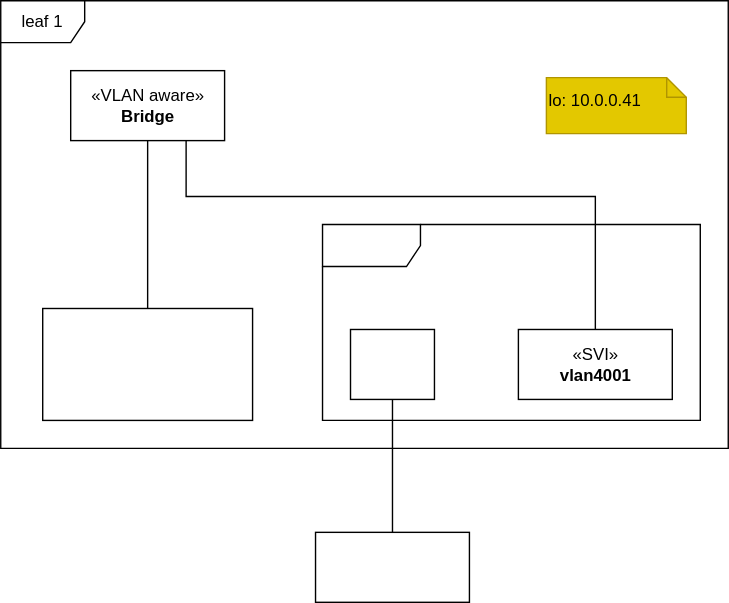
This is docs/src/overview/evpn-vtep.svg from metal-stack/docs, a draw.io export, as it was before one commit. Source tidied: cells renumbered, new cells last; positions are measured from the earlier drawing's top-left corner, leaving out a move shared by most shapes.
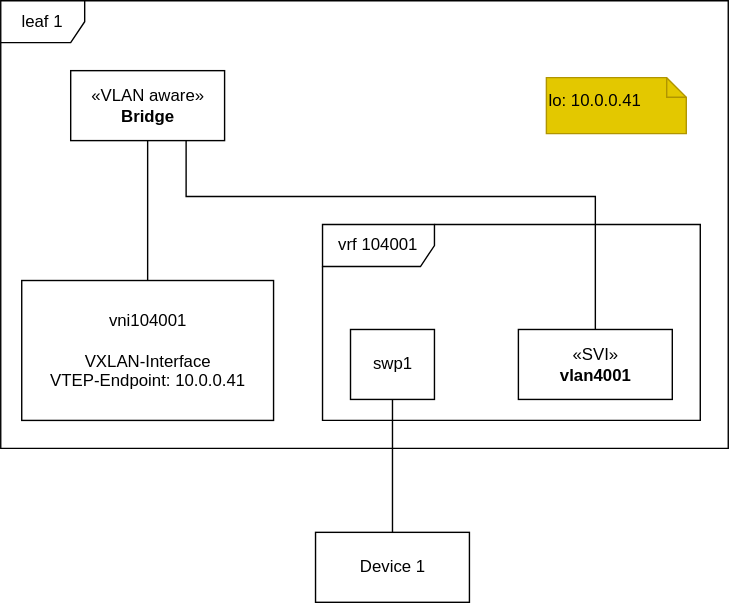
Later version of the same file.

The edit, as a diff of the source:
```diff
@@ -2,10 +2,10 @@
   <root>
     <mxCell id="0" />
     <mxCell id="1" parent="0" />
-    <mxCell id="2" value="leaf 1" style="shape=umlFrame;whiteSpace=wrap;html=1;" parent="1" vertex="1">
+    <mxCell id="2" value="leaf 1" style="shape=umlFrame;whiteSpace=wrap;html=1;fontColor=#000000;" parent="1" vertex="1">
       <mxGeometry width="520" height="320" as="geometry" />
     </mxCell>
-    <mxCell id="3" style="edgeStyle=orthogonalEdgeStyle;rounded=0;jettySize=auto;html=1;exitX=0.75;exitY=1;exitDx=0;exitDy=0;entryX=0.5;entryY=0;entryDx=0;entryDy=0;fontColor=#FFFFFF;endArrow=none;endFill=0;" parent="1" edge="1" source="5" target="11">
+    <mxCell id="3" style="edgeStyle=orthogonalEdgeStyle;rounded=0;jettySize=auto;html=1;exitX=0.75;exitY=1;exitDx=0;exitDy=0;entryX=0.5;entryY=0;entryDx=0;entryDy=0;fontColor=#000000;endArrow=none;endFill=0;" parent="1" edge="1" source="5" target="11">
       <mxGeometry relative="1" as="geometry">
         <Array as="points">
           <mxPoint x="133" y="140" />
@@ -13,31 +13,31 @@
         </Array>
       </mxGeometry>
     </mxCell>
-    <mxCell id="4" style="edgeStyle=orthogonalEdgeStyle;rounded=0;jettySize=auto;html=1;fontColor=#FFFFFF;entryX=0.5;entryY=0;entryDx=0;entryDy=0;endArrow=none;endFill=0;" parent="1" edge="1" source="5" target="7">
+    <mxCell id="4" style="edgeStyle=orthogonalEdgeStyle;rounded=0;jettySize=auto;html=1;fontColor=#000000;entryX=0.5;entryY=0;entryDx=0;entryDy=0;endArrow=none;endFill=0;" parent="1" edge="1" source="5" target="7">
       <mxGeometry relative="1" as="geometry" />
     </mxCell>
-    <mxCell id="5" value="«VLAN aware»&lt;br&gt;&lt;b&gt;Bridge&lt;/b&gt;" style="html=1;" parent="1" vertex="1">
+    <mxCell id="5" value="«VLAN aware»&lt;br&gt;&lt;b&gt;Bridge&lt;/b&gt;" style="html=1;fontColor=#000000;" parent="1" vertex="1">
       <mxGeometry x="50" y="50" width="110" height="50" as="geometry" />
     </mxCell>
     <mxCell id="6" value="lo: 10.0.0.41" style="shape=note;whiteSpace=wrap;html=1;size=14;verticalAlign=middle;align=left;spacingTop=-6;fillColor=#e3c800;strokeColor=#B09500;fontColor=#000000;" parent="1" vertex="1">
       <mxGeometry x="390" y="55" width="100" height="40" as="geometry" />
     </mxCell>
-    <mxCell id="7" value="&lt;font color=&quot;#ffffff&quot;&gt;vni104001&lt;br&gt;&lt;br&gt;VXLAN-Interface&lt;br&gt;VTEP-Endpoint: 10.0.0.41&lt;br&gt;&lt;/font&gt;" style="html=1;fontColor=#000000;align=center;labelPosition=center;verticalLabelPosition=middle;verticalAlign=middle;" parent="1" vertex="1">
-      <mxGeometry x="30" y="220" width="150" height="80" as="geometry" />
-    </mxCell>
-    <mxCell id="8" value="vrf 104001" style="shape=umlFrame;whiteSpace=wrap;html=1;fontColor=#FFFFFF;align=left;width=70;height=30;" parent="1" vertex="1">
+    <mxCell id="8" value="vrf 104001" style="shape=umlFrame;whiteSpace=wrap;html=1;fontColor=#000000;align=center;width=80;height=30;" parent="1" vertex="1">
       <mxGeometry x="230" y="160" width="270" height="140" as="geometry" />
     </mxCell>
-    <mxCell id="9" style="edgeStyle=orthogonalEdgeStyle;rounded=0;jettySize=auto;html=1;exitX=0.5;exitY=1;exitDx=0;exitDy=0;entryX=0.5;entryY=0;entryDx=0;entryDy=0;fontColor=#FFFFFF;endArrow=none;endFill=0;" parent="1" edge="1" source="10" target="12">
+    <mxCell id="9" style="edgeStyle=orthogonalEdgeStyle;rounded=0;jettySize=auto;html=1;exitX=0.5;exitY=1;exitDx=0;exitDy=0;entryX=0.5;entryY=0;entryDx=0;entryDy=0;fontColor=#000000;endArrow=none;endFill=0;" parent="1" edge="1" source="10" target="12">
       <mxGeometry relative="1" as="geometry" />
     </mxCell>
+    <mxCell id="11" value="«SVI»&lt;br&gt;&lt;b&gt;vlan4001&lt;/b&gt;" style="html=1;fontColor=#000000;" parent="1" vertex="1">
+      <mxGeometry x="370" y="235" width="110" height="50" as="geometry" />
+    </mxCell>
-    <mxCell id="10" value="swp1" style="html=1;fontColor=#FFFFFF;align=center;" parent="1" vertex="1">
+    <mxCell id="10" value="swp1" style="html=1;fontColor=#000000;align=center;" parent="1" vertex="1">
       <mxGeometry x="250" y="235" width="60" height="50" as="geometry" />
     </mxCell>
-    <mxCell id="11" value="«SVI»&lt;br&gt;&lt;b&gt;vlan4001&lt;/b&gt;" style="html=1;" parent="1" vertex="1">
-      <mxGeometry x="370" y="235" width="110" height="50" as="geometry" />
-    </mxCell>
+    <mxCell id="7" value="&lt;font&gt;vni104001&lt;br&gt;&lt;br&gt;VXLAN-Interface&lt;br&gt;VTEP-Endpoint: 10.0.0.41&lt;br&gt;&lt;/font&gt;" style="html=1;fontColor=#000000;align=center;labelPosition=center;verticalLabelPosition=middle;verticalAlign=middle;" parent="1" vertex="1">
+      <mxGeometry x="15" y="200" width="180" height="100" as="geometry" />
+    </mxCell>
-    <mxCell id="12" value="Device 1" style="html=1;fontColor=#FFFFFF;align=center;" parent="1" vertex="1">
+    <mxCell id="12" value="Device 1" style="html=1;fontColor=#000000;align=center;" parent="1" vertex="1">
       <mxGeometry x="225" y="380" width="110" height="50" as="geometry" />
     </mxCell>
   </root>
```
